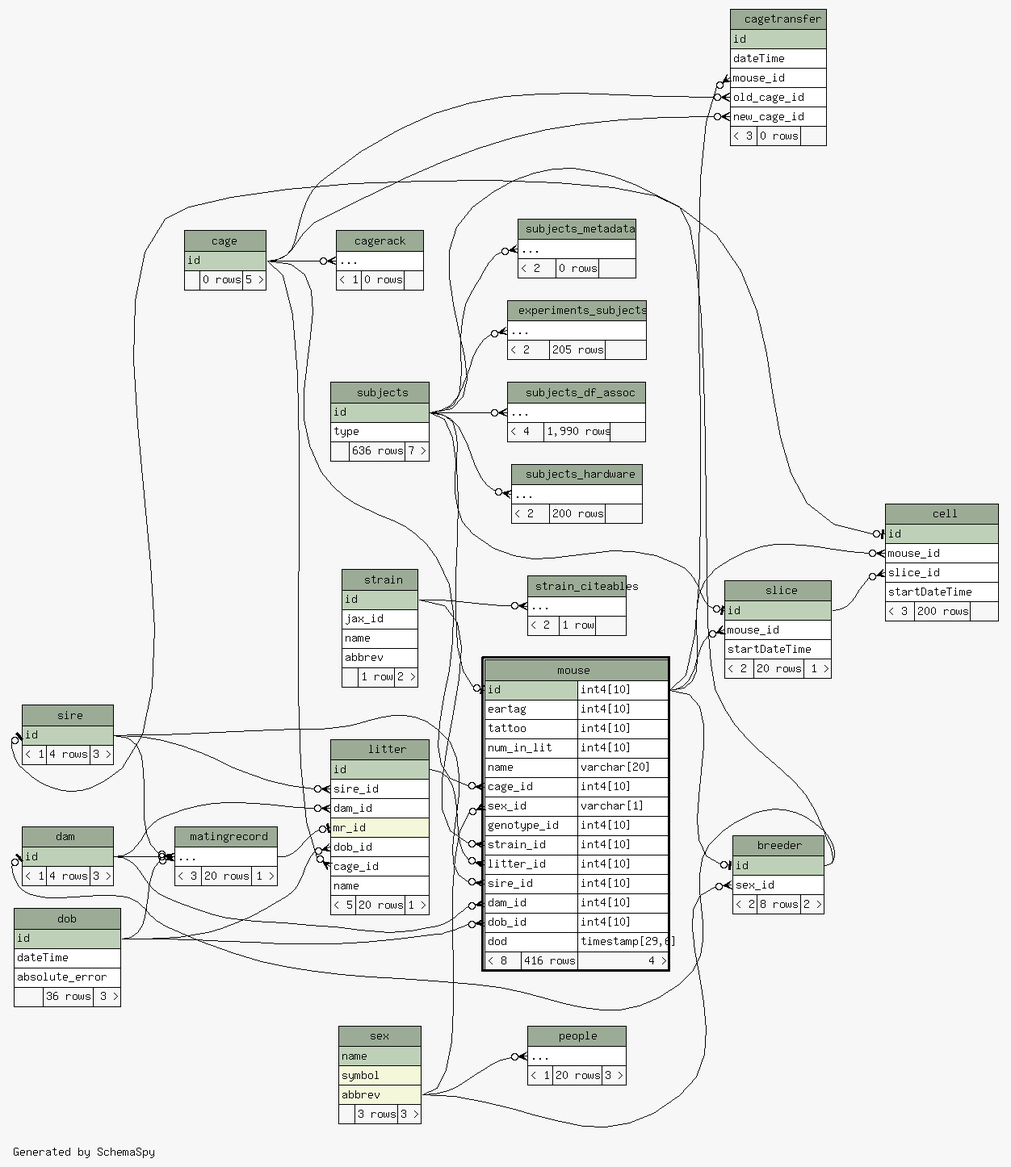
Before: database/ss/diagrams/mouse.2degrees.png, a diagram exported from Graphviz (tgbugs/mlab). Its source is kept beside it as database/ss/diagrams/mouse.2degrees.dot.
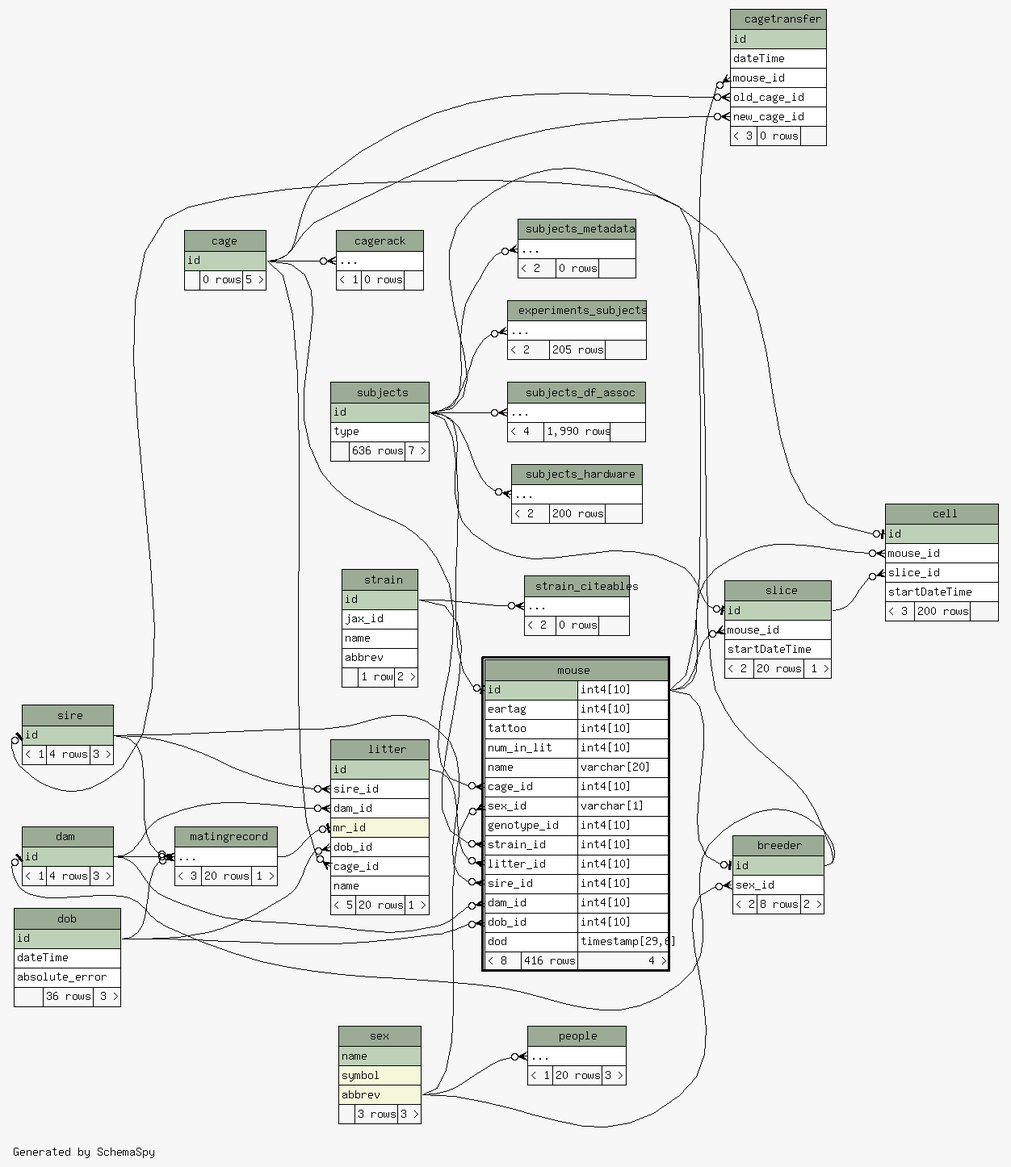
Above is the later version.

The edit, as a diff of the source:
```diff
@@ -253,7 +253,7 @@
     <TABLE BORDER="0" CELLBORDER="1" CELLSPACING="0" BGCOLOR="#ffffff">
       <TR><TD COLSPAN="3" BGCOLOR="#9bab96" ALIGN="CENTER">strain_citeables</TD></TR>
       <TR><TD PORT="elipses" COLSPAN="3" ALIGN="LEFT">...</TD></TR>
-      <TR><TD ALIGN="LEFT" BGCOLOR="#f7f7f7">&lt; 2</TD><TD ALIGN="RIGHT" BGCOLOR="#f7f7f7">1 row</TD><TD ALIGN="RIGHT" BGCOLOR="#f7f7f7">  </TD></TR>
+      <TR><TD ALIGN="LEFT" BGCOLOR="#f7f7f7">&lt; 2</TD><TD ALIGN="RIGHT" BGCOLOR="#f7f7f7">0 rows</TD><TD ALIGN="RIGHT" BGCOLOR="#f7f7f7">  </TD></TR>
     </TABLE>>
     URL="strain_citeables.html"
     tooltip="strain_citeables"
```
